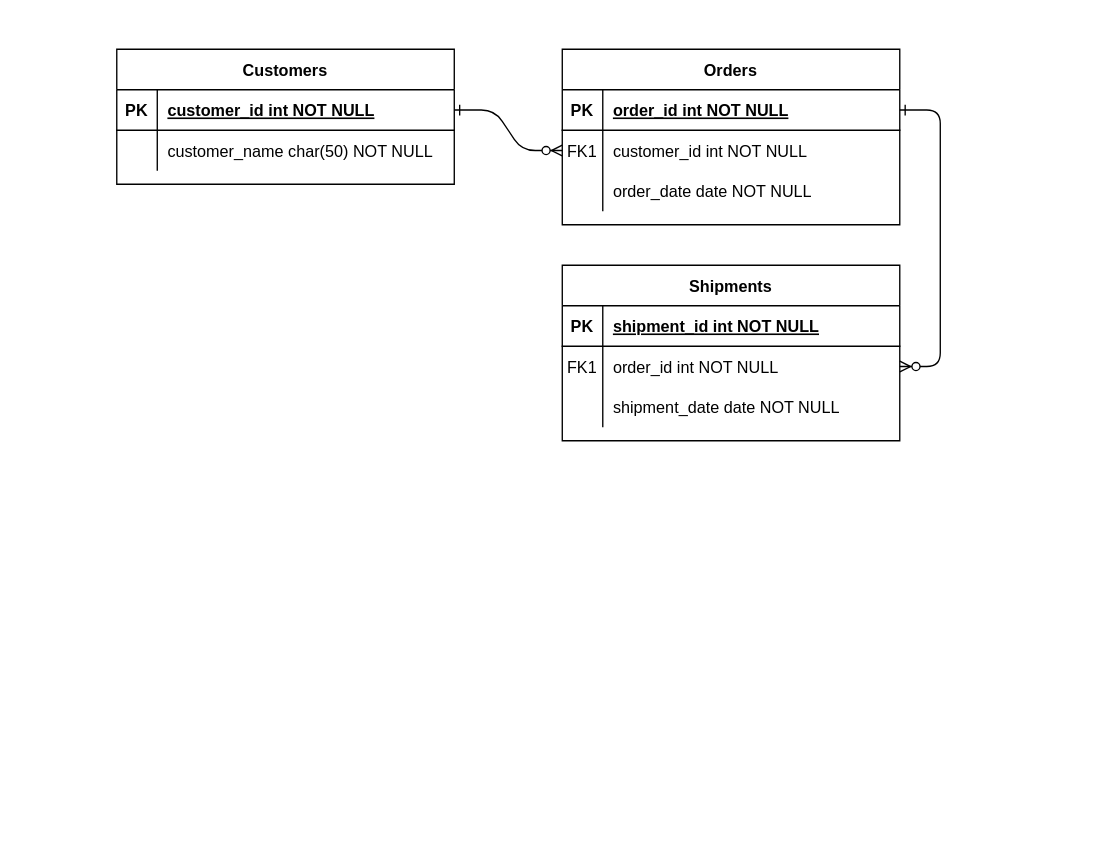
Earlier version of the draw.io diagram Diagram Tanpa Judul.drawio (faisal0901/etentity). Source tidied: cells renumbered, new cells numbered last; positions are measured from the earlier drawing's top-left corner, leaving out a move shared by most shapes. Both pictures are drawn from the tidied source at 135%, with x=0, y=0 at pixel (116, 49).
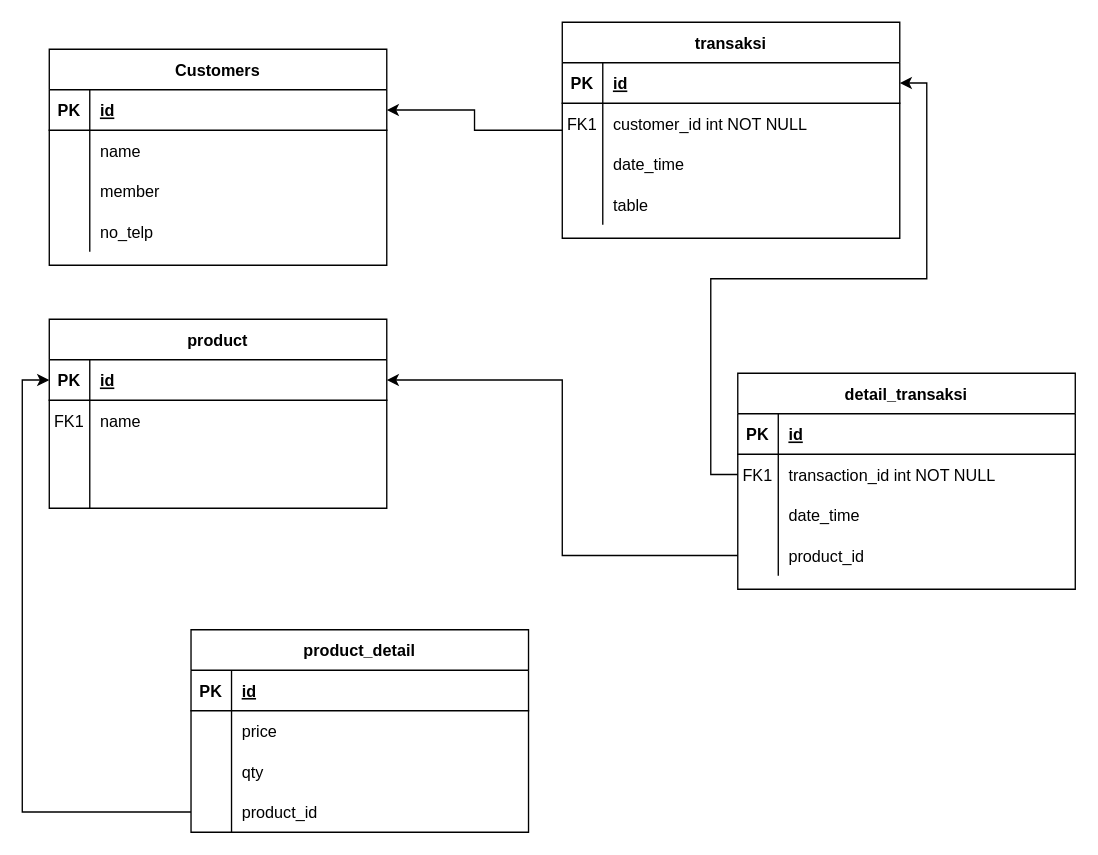
Above is the later version.

The change refers to these unchanged cells:
```xml
<mxCell id="5" style="shape=partialRectangle;fillColor=none;points=[[0,0.5],[1,0.5]];portConstraint=eastwest;top=0;left=0;right=0;bottom=1;" parent="4" vertex="1">
  <mxGeometry y="30" width="250" height="30" as="geometry" />
</mxCell>
<mxCell id="8" style="shape=partialRectangle;fillColor=none;points=[[0,0.5],[1,0.5]];portConstraint=eastwest;top=0;left=0;right=0;bottom=0;" parent="4" vertex="1">
  <mxGeometry y="60" width="250" height="30" as="geometry" />
</mxCell>
<mxCell id="11" style="shape=partialRectangle;fillColor=none;top=0;left=0;right=0;bottom=0;" parent="4" vertex="1">
  <mxGeometry y="90" width="250" height="30" as="geometry" />
</mxCell>
<mxCell id="15" style="shape=partialRectangle;fillColor=none;points=[[0,0.5],[1,0.5]];portConstraint=eastwest;top=0;left=0;right=0;bottom=1;" parent="14" vertex="1">
  <mxGeometry y="30" width="250" height="30" as="geometry" />
</mxCell>
<mxCell id="18" style="shape=partialRectangle;fillColor=none;points=[[0,0.5],[1,0.5]];portConstraint=eastwest;top=0;left=0;right=0;bottom=0;" parent="14" vertex="1">
  <mxGeometry y="60" width="250" height="30" as="geometry" />
</mxCell>
<mxCell id="25" style="shape=partialRectangle;fillColor=none;points=[[0,0.5],[1,0.5]];portConstraint=eastwest;top=0;left=0;right=0;bottom=1;" parent="24" vertex="1">
  <mxGeometry y="30" width="250" height="30" as="geometry" />
</mxCell>
<mxCell id="28" style="shape=partialRectangle;fillColor=none;top=0;left=0;right=0;bottom=0;" parent="24" vertex="1">
  <mxGeometry y="60" width="250" height="30" as="geometry" />
</mxCell>
```

Diff of the diagram source:
```diff
@@
-    <mxCell id="2" style="edgeStyle=entityRelationEdgeStyle;endArrow=ERzeroToMany;startArrow=ERone;endFill=1;startFill=0;" parent="1" edge="1" source="25" target="8">
-      <mxGeometry relative="1" as="geometry" />
-    </mxCell>
-    <mxCell id="3" style="edgeStyle=entityRelationEdgeStyle;endArrow=ERzeroToMany;startArrow=ERone;endFill=1;startFill=0;" parent="1" edge="1" source="5" target="18">
-      <mxGeometry relative="1" as="geometry" />
-    </mxCell>
+    <mxCell id="31" style="edgeStyle=orthogonalEdgeStyle;rounded=0;jettySize=auto;html=1;entryX=1;entryY=0.5;entryDx=0;entryDy=0;" parent="1" edge="1" source="4" target="25">
+      <mxGeometry relative="1" as="geometry" />
+    </mxCell>
-    <mxCell id="4" value="Orders" style="shape=table;startSize=30;childLayout=tableLayout;rowLines=0;fontStyle=1;align=center;" parent="1" vertex="1">
-      <mxGeometry x="330" width="250" height="130" as="geometry" />
+    <mxCell id="4" value="transaksi" style="shape=table;startSize=30;childLayout=tableLayout;rowLines=0;fontStyle=1;align=center;" parent="1" vertex="1">
+      <mxGeometry x="330" y="-20" width="250" height="160" as="geometry" />
     </mxCell>
@@
-    <mxCell id="7" value="order_id int NOT NULL " style="shape=partialRectangle;overflow=hidden;fillColor=none;top=0;left=0;bottom=0;right=0;align=left;spacingLeft=6;fontStyle=5;" parent="5" vertex="1">
+    <mxCell id="7" value="id" style="shape=partialRectangle;overflow=hidden;fillColor=none;top=0;left=0;bottom=0;right=0;align=left;spacingLeft=6;fontStyle=5;" parent="5" vertex="1">
       <mxGeometry x="30" width="220" height="30" as="geometry" />
     </mxCell>
@@
-    <mxCell id="13" value="order_date date NOT NULL" style="shape=partialRectangle;overflow=hidden;fillColor=none;top=0;left=0;bottom=0;right=0;align=left;spacingLeft=6;" parent="11" vertex="1">
+    <mxCell id="13" value="date_time" style="shape=partialRectangle;overflow=hidden;fillColor=none;top=0;left=0;bottom=0;right=0;align=left;spacingLeft=6;" parent="11" vertex="1">
       <mxGeometry x="30" width="220" height="30" as="geometry" />
     </mxCell>
+    <mxCell id="32" style="shape=partialRectangle;fillColor=none;top=0;left=0;right=0;bottom=0;" parent="4" vertex="1">
+      <mxGeometry y="120" width="250" height="30" as="geometry" />
+    </mxCell>
+    <mxCell id="33" style="shape=partialRectangle;overflow=hidden;fillColor=none;top=0;left=0;bottom=0;right=0;" parent="32" vertex="1">
+      <mxGeometry width="30" height="30" as="geometry" />
+    </mxCell>
+    <mxCell id="34" value="table" style="shape=partialRectangle;overflow=hidden;fillColor=none;top=0;left=0;bottom=0;right=0;align=left;spacingLeft=6;" parent="32" vertex="1">
+      <mxGeometry x="30" width="220" height="30" as="geometry" />
+    </mxCell>
-    <mxCell id="14" value="Shipments" style="shape=table;startSize=30;childLayout=tableLayout;rowLines=0;fontStyle=1;align=center;" parent="1" vertex="1">
-      <mxGeometry x="330" y="160" width="250" height="130" as="geometry" />
+    <mxCell id="14" value="product" style="shape=table;startSize=30;childLayout=tableLayout;rowLines=0;fontStyle=1;align=center;" parent="1" vertex="1">
+      <mxGeometry x="-50" y="200" width="250" height="140" as="geometry" />
     </mxCell>
@@
-    <mxCell id="17" value="shipment_id int NOT NULL " style="shape=partialRectangle;overflow=hidden;fillColor=none;top=0;left=0;bottom=0;right=0;align=left;spacingLeft=6;fontStyle=5;" parent="15" vertex="1">
+    <mxCell id="17" value="id" style="shape=partialRectangle;overflow=hidden;fillColor=none;top=0;left=0;bottom=0;right=0;align=left;spacingLeft=6;fontStyle=5;" parent="15" vertex="1">
       <mxGeometry x="30" width="220" height="30" as="geometry" />
     </mxCell>
@@
-    <mxCell id="20" value="order_id int NOT NULL" style="shape=partialRectangle;overflow=hidden;fillColor=none;top=0;left=0;bottom=0;right=0;align=left;spacingLeft=6;" parent="18" vertex="1">
+    <mxCell id="20" value="name" style="shape=partialRectangle;overflow=hidden;fillColor=none;top=0;left=0;bottom=0;right=0;align=left;spacingLeft=6;" parent="18" vertex="1">
       <mxGeometry x="30" width="220" height="30" as="geometry" />
     </mxCell>
     <mxCell id="21" style="shape=partialRectangle;fillColor=none;top=0;left=0;right=0;bottom=0;" parent="14" vertex="1">
-      <mxGeometry y="90" width="250" height="30" as="geometry" />
+      <mxGeometry y="90" width="250" height="20" as="geometry" />
     </mxCell>
     <mxCell id="22" style="shape=partialRectangle;overflow=hidden;fillColor=none;top=0;left=0;bottom=0;right=0;" parent="21" vertex="1">
-      <mxGeometry width="30" height="30" as="geometry" />
+      <mxGeometry width="30" height="20" as="geometry" />
     </mxCell>
-    <mxCell id="23" value="shipment_date date NOT NULL" style="shape=partialRectangle;overflow=hidden;fillColor=none;top=0;left=0;bottom=0;right=0;align=left;spacingLeft=6;" parent="21" vertex="1">
-      <mxGeometry x="30" width="220" height="30" as="geometry" />
+    <mxCell id="23" style="shape=partialRectangle;overflow=hidden;fillColor=none;top=0;left=0;bottom=0;right=0;align=left;spacingLeft=6;" parent="21" vertex="1">
+      <mxGeometry x="30" width="220" height="20" as="geometry" />
     </mxCell>
+    <mxCell id="35" style="shape=partialRectangle;fillColor=none;top=0;left=0;right=0;bottom=0;" parent="14" vertex="1">
+      <mxGeometry y="110" width="250" height="30" as="geometry" />
+    </mxCell>
+    <mxCell id="36" style="shape=partialRectangle;overflow=hidden;fillColor=none;top=0;left=0;bottom=0;right=0;" parent="35" vertex="1">
+      <mxGeometry width="30" height="30" as="geometry" />
+    </mxCell>
+    <mxCell id="37" style="shape=partialRectangle;overflow=hidden;fillColor=none;top=0;left=0;bottom=0;right=0;align=left;spacingLeft=6;" parent="35" vertex="1">
+      <mxGeometry x="30" width="220" height="30" as="geometry" />
+    </mxCell>
     <mxCell id="24" value="Customers" style="shape=table;startSize=30;childLayout=tableLayout;rowLines=0;fontStyle=1;align=center;" parent="1" vertex="1">
-      <mxGeometry width="250" height="100" as="geometry" />
+      <mxGeometry x="-50" width="250" height="160" as="geometry" />
     </mxCell>
@@
-    <mxCell id="27" value="customer_id int NOT NULL " style="shape=partialRectangle;overflow=hidden;fillColor=none;top=0;left=0;bottom=0;right=0;align=left;spacingLeft=6;fontStyle=5;" parent="25" vertex="1">
+    <mxCell id="27" value="id" style="shape=partialRectangle;overflow=hidden;fillColor=none;top=0;left=0;bottom=0;right=0;align=left;spacingLeft=6;fontStyle=5;" parent="25" vertex="1">
       <mxGeometry x="30" width="220" height="30" as="geometry" />
     </mxCell>
@@
-    <mxCell id="30" value="customer_name char(50) NOT NULL" style="shape=partialRectangle;overflow=hidden;fillColor=none;top=0;left=0;bottom=0;right=0;align=left;spacingLeft=6;" parent="28" vertex="1">
+    <mxCell id="30" value="name" style="shape=partialRectangle;overflow=hidden;fillColor=none;top=0;left=0;bottom=0;right=0;align=left;spacingLeft=6;" parent="28" vertex="1">
       <mxGeometry x="30" width="220" height="30" as="geometry" />
     </mxCell>
+    <mxCell id="38" style="shape=partialRectangle;fillColor=none;top=0;left=0;right=0;bottom=0;" parent="24" vertex="1">
+      <mxGeometry y="90" width="250" height="30" as="geometry" />
+    </mxCell>
+    <mxCell id="39" style="shape=partialRectangle;overflow=hidden;fillColor=none;top=0;left=0;bottom=0;right=0;" parent="38" vertex="1">
+      <mxGeometry width="30" height="30" as="geometry" />
+    </mxCell>
+    <mxCell id="40" value="member" style="shape=partialRectangle;overflow=hidden;fillColor=none;top=0;left=0;bottom=0;right=0;align=left;spacingLeft=6;" parent="38" vertex="1">
+      <mxGeometry x="30" width="220" height="30" as="geometry" />
+    </mxCell>
+    <mxCell id="41" style="shape=partialRectangle;fillColor=none;top=0;left=0;right=0;bottom=0;" parent="24" vertex="1">
+      <mxGeometry y="120" width="250" height="30" as="geometry" />
+    </mxCell>
+    <mxCell id="42" style="shape=partialRectangle;overflow=hidden;fillColor=none;top=0;left=0;bottom=0;right=0;" parent="41" vertex="1">
+      <mxGeometry width="30" height="30" as="geometry" />
+    </mxCell>
+    <mxCell id="43" value="no_telp" style="shape=partialRectangle;overflow=hidden;fillColor=none;top=0;left=0;bottom=0;right=0;align=left;spacingLeft=6;" parent="41" vertex="1">
+      <mxGeometry x="30" width="220" height="30" as="geometry" />
+    </mxCell>
+    <mxCell id="44" value="detail_transaksi" style="shape=table;startSize=30;childLayout=tableLayout;rowLines=0;fontStyle=1;align=center;" parent="1" vertex="1">
+      <mxGeometry x="460" y="240" width="250" height="160" as="geometry" />
+    </mxCell>
+    <mxCell id="45" style="shape=partialRectangle;fillColor=none;top=0;left=0;right=0;bottom=1;" parent="44" vertex="1">
+      <mxGeometry y="30" width="250" height="30" as="geometry" />
+    </mxCell>
+    <mxCell id="46" value="PK" style="shape=partialRectangle;overflow=hidden;fillColor=none;top=0;left=0;bottom=0;right=0;fontStyle=1;" parent="45" vertex="1">
+      <mxGeometry width="30" height="30" as="geometry" />
+    </mxCell>
+    <mxCell id="47" value="id" style="shape=partialRectangle;overflow=hidden;fillColor=none;top=0;left=0;bottom=0;right=0;align=left;spacingLeft=6;fontStyle=5;" parent="45" vertex="1">
+      <mxGeometry x="30" width="220" height="30" as="geometry" />
+    </mxCell>
+    <mxCell id="48" style="shape=partialRectangle;fillColor=none;points=[[0,0.5],[1,0.5]];portConstraint=eastwest;top=0;left=0;right=0;bottom=0;" parent="44" vertex="1">
+      <mxGeometry y="60" width="250" height="30" as="geometry" />
+    </mxCell>
+    <mxCell id="49" value="FK1" style="shape=partialRectangle;overflow=hidden;fillColor=none;top=0;left=0;bottom=0;right=0;" parent="48" vertex="1">
+      <mxGeometry width="30" height="30" as="geometry" />
+    </mxCell>
+    <mxCell id="50" value="transaction_id int NOT NULL" style="shape=partialRectangle;overflow=hidden;fillColor=none;top=0;left=0;bottom=0;right=0;align=left;spacingLeft=6;" parent="48" vertex="1">
+      <mxGeometry x="30" width="220" height="30" as="geometry" />
+    </mxCell>
+    <mxCell id="51" style="shape=partialRectangle;fillColor=none;top=0;left=0;right=0;bottom=0;" parent="44" vertex="1">
+      <mxGeometry y="90" width="250" height="30" as="geometry" />
+    </mxCell>
+    <mxCell id="52" style="shape=partialRectangle;overflow=hidden;fillColor=none;top=0;left=0;bottom=0;right=0;" parent="51" vertex="1">
+      <mxGeometry width="30" height="30" as="geometry" />
+    </mxCell>
+    <mxCell id="53" value="date_time" style="shape=partialRectangle;overflow=hidden;fillColor=none;top=0;left=0;bottom=0;right=0;align=left;spacingLeft=6;" parent="51" vertex="1">
+      <mxGeometry x="30" width="220" height="30" as="geometry" />
+    </mxCell>
+    <mxCell id="54" style="shape=partialRectangle;fillColor=none;points=[[0,0.5],[1,0.5]];portConstraint=eastwest;top=0;left=0;right=0;bottom=0;" parent="44" vertex="1">
+      <mxGeometry y="120" width="250" height="30" as="geometry" />
+    </mxCell>
+    <mxCell id="55" style="shape=partialRectangle;overflow=hidden;fillColor=none;top=0;left=0;bottom=0;right=0;" parent="54" vertex="1">
+      <mxGeometry width="30" height="30" as="geometry" />
+    </mxCell>
+    <mxCell id="56" value="product_id" style="shape=partialRectangle;overflow=hidden;fillColor=none;top=0;left=0;bottom=0;right=0;align=left;spacingLeft=6;" parent="54" vertex="1">
+      <mxGeometry x="30" width="220" height="30" as="geometry" />
+    </mxCell>
+    <mxCell id="57" value="product_detail" style="shape=table;startSize=30;childLayout=tableLayout;rowLines=0;fontStyle=1;align=center;" parent="1" vertex="1">
+      <mxGeometry x="55" y="430" width="250" height="150" as="geometry" />
+    </mxCell>
+    <mxCell id="58" style="shape=partialRectangle;fillColor=none;top=0;left=0;right=0;bottom=1;" parent="57" vertex="1">
+      <mxGeometry y="30" width="250" height="30" as="geometry" />
+    </mxCell>
+    <mxCell id="59" value="PK" style="shape=partialRectangle;overflow=hidden;fillColor=none;top=0;left=0;bottom=0;right=0;fontStyle=1;" parent="58" vertex="1">
+      <mxGeometry width="30" height="30" as="geometry" />
+    </mxCell>
+    <mxCell id="60" value="id" style="shape=partialRectangle;overflow=hidden;fillColor=none;top=0;left=0;bottom=0;right=0;align=left;spacingLeft=6;fontStyle=5;" parent="58" vertex="1">
+      <mxGeometry x="30" width="220" height="30" as="geometry" />
+    </mxCell>
+    <mxCell id="61" style="shape=partialRectangle;fillColor=none;top=0;left=0;right=0;bottom=0;" parent="57" vertex="1">
+      <mxGeometry y="60" width="250" height="30" as="geometry" />
+    </mxCell>
+    <mxCell id="62" style="shape=partialRectangle;overflow=hidden;fillColor=none;top=0;left=0;bottom=0;right=0;" parent="61" vertex="1">
+      <mxGeometry width="30" height="30" as="geometry" />
+    </mxCell>
+    <mxCell id="63" value="price" style="shape=partialRectangle;overflow=hidden;fillColor=none;top=0;left=0;bottom=0;right=0;align=left;spacingLeft=6;" parent="61" vertex="1">
+      <mxGeometry x="30" width="220" height="30" as="geometry" />
+    </mxCell>
+    <mxCell id="64" style="shape=partialRectangle;fillColor=none;top=0;left=0;right=0;bottom=0;" parent="57" vertex="1">
+      <mxGeometry y="90" width="250" height="30" as="geometry" />
+    </mxCell>
+    <mxCell id="65" style="shape=partialRectangle;overflow=hidden;fillColor=none;top=0;left=0;bottom=0;right=0;" parent="64" vertex="1">
+      <mxGeometry width="30" height="30" as="geometry" />
+    </mxCell>
+    <mxCell id="66" value="qty" style="shape=partialRectangle;overflow=hidden;fillColor=none;top=0;left=0;bottom=0;right=0;align=left;spacingLeft=6;" parent="64" vertex="1">
+      <mxGeometry x="30" width="220" height="30" as="geometry" />
+    </mxCell>
+    <mxCell id="67" style="shape=partialRectangle;fillColor=none;points=[[0,0.5],[1,0.5]];portConstraint=eastwest;top=0;left=0;right=0;bottom=0;" parent="57" vertex="1">
+      <mxGeometry y="120" width="250" height="30" as="geometry" />
+    </mxCell>
+    <mxCell id="68" style="shape=partialRectangle;overflow=hidden;fillColor=none;top=0;left=0;bottom=0;right=0;" parent="67" vertex="1">
+      <mxGeometry width="30" height="30" as="geometry" />
+    </mxCell>
+    <mxCell id="69" value="product_id" style="shape=partialRectangle;overflow=hidden;fillColor=none;top=0;left=0;bottom=0;right=0;align=left;spacingLeft=6;" parent="67" vertex="1">
+      <mxGeometry x="30" width="220" height="30" as="geometry" />
+    </mxCell>
+    <mxCell id="70" style="edgeStyle=orthogonalEdgeStyle;rounded=0;jettySize=auto;html=1;entryX=0;entryY=0.5;entryDx=0;entryDy=0;" parent="1" edge="1" source="67" target="15">
+      <mxGeometry relative="1" as="geometry" />
+    </mxCell>
+    <mxCell id="71" style="edgeStyle=orthogonalEdgeStyle;rounded=0;jettySize=auto;html=1;entryX=1;entryY=0.5;entryDx=0;entryDy=0;" parent="1" edge="1" source="54" target="15">
+      <mxGeometry relative="1" as="geometry" />
+    </mxCell>
+    <mxCell id="72" style="edgeStyle=orthogonalEdgeStyle;rounded=0;jettySize=auto;html=1;entryX=1;entryY=0.5;entryDx=0;entryDy=0;" parent="1" edge="1" source="48" target="5">
+      <mxGeometry relative="1" as="geometry" />
+    </mxCell>
```
